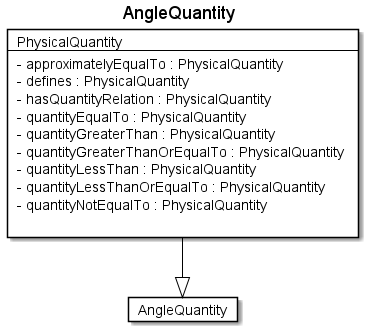
The PlantUML diagram fragments/diagrams/AngleQuantity.png in rtigran/rdf2adoc, before a commit. Its diagram source:
```plantuml
@startuml
Title AngleQuantity

Card AngleQuantity #fff [
AngleQuantity
]
Card PhysicalQuantity #fff [
PhysicalQuantity
----
- approximatelyEqualTo : PhysicalQuantity
- defines : PhysicalQuantity
- hasQuantityRelation : PhysicalQuantity
- quantityEqualTo : PhysicalQuantity
- quantityGreaterThan : PhysicalQuantity
- quantityGreaterThanOrEqualTo : PhysicalQuantity
- quantityLessThan : PhysicalQuantity
- quantityLessThanOrEqualTo : PhysicalQuantity
- quantityNotEqualTo : PhysicalQuantity

]
PhysicalQuantity --|> AngleQuantity  #000
@enduml
```
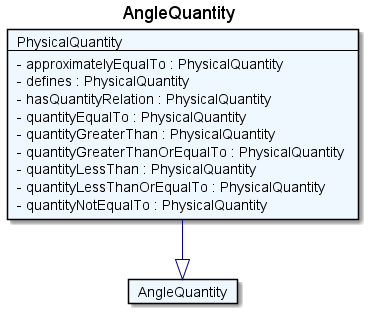
The same diagram one commit later.

Change to the diagram source:
```diff
@@ -1,10 +1,10 @@
 @startuml
 Title AngleQuantity
 
-Card AngleQuantity #fff [
+Card AngleQuantity #F0F8FF [
 AngleQuantity
 ]
-Card PhysicalQuantity #fff [
+Card PhysicalQuantity #F0F8FF [
 PhysicalQuantity
 ----
 - approximatelyEqualTo : PhysicalQuantity
@@ -16,7 +16,6 @@
 - quantityLessThan : PhysicalQuantity
 - quantityLessThanOrEqualTo : PhysicalQuantity
 - quantityNotEqualTo : PhysicalQuantity
-
 ]
-PhysicalQuantity --|> AngleQuantity  #000
+PhysicalQuantity --|> AngleQuantity  #00008B
 @enduml
```
